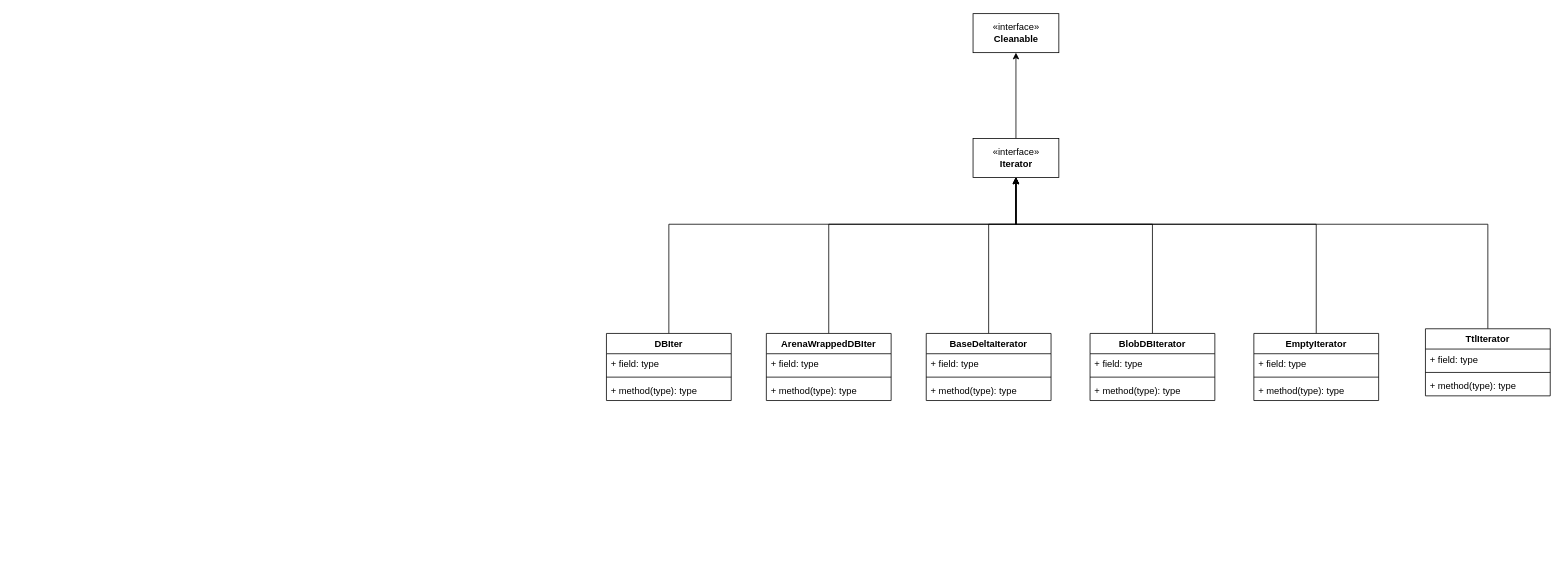
leon-db/RocksDB-In-Detail keeps this draw.io diagram as images/iterator.drawio. Above is the earlier version. Source tidied: cells renumbered, new cells numbered last; positions are measured from the earlier drawing's top-left corner, leaving out a move shared by most shapes. Both pictures are drawn from the tidied source at 78%, with x=0, y=0 at pixel (606, 13).
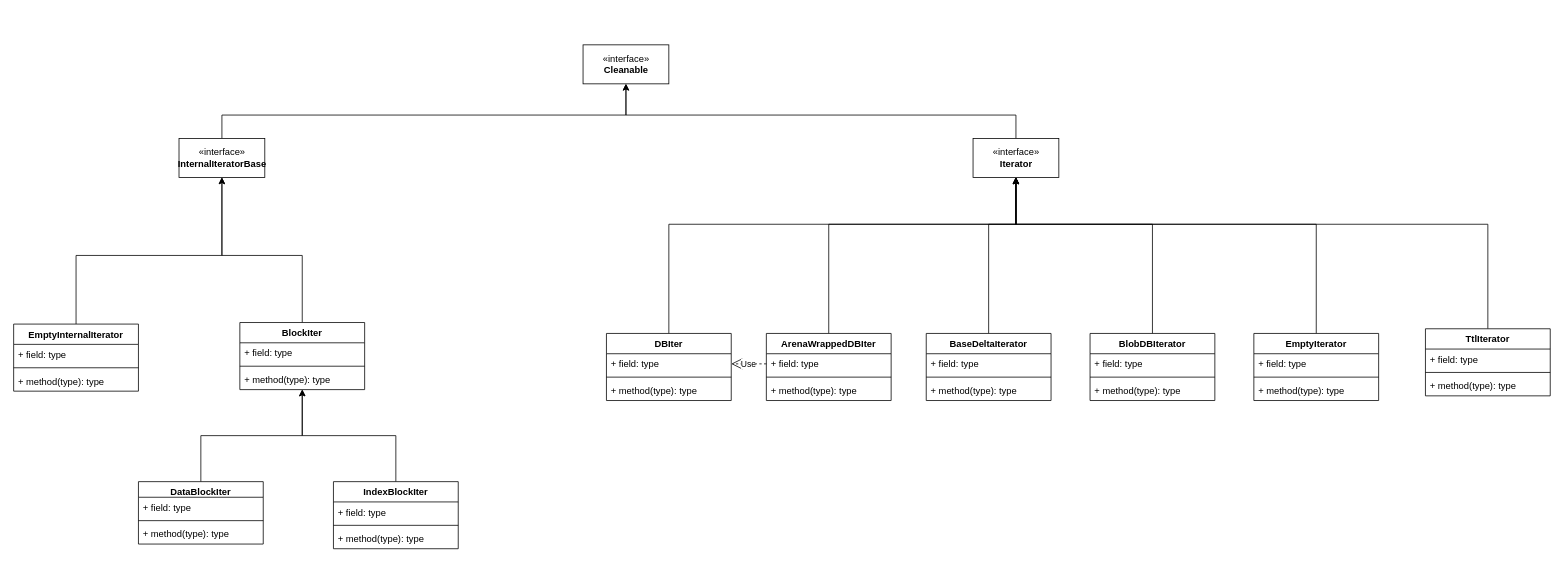
Above is the later version.

The change refers to these unchanged cells:
```xml
<mxCell id="4" value="«interface»&lt;br&gt;&lt;b&gt;Iterator&lt;/b&gt;" style="html=1;" parent="1" vertex="1">
  <mxGeometry x="470" y="160" width="110" height="50" as="geometry" />
</mxCell>
<mxCell id="7" value="+ field: type" style="text;strokeColor=none;fillColor=none;align=left;verticalAlign=top;spacingLeft=4;spacingRight=4;overflow=hidden;points=[[0,0.5],[1,0.5]];portConstraint=eastwest;" parent="6" vertex="1">
  <mxGeometry y="26" width="160" height="26" as="geometry" />
</mxCell>
<mxCell id="12" value="+ field: type" style="text;strokeColor=none;fillColor=none;align=left;verticalAlign=top;spacingLeft=4;spacingRight=4;overflow=hidden;points=[[0,0.5],[1,0.5]];portConstraint=eastwest;" parent="11" vertex="1">
  <mxGeometry y="26" width="160" height="26" as="geometry" />
</mxCell>
```

Diff of the diagram source:
```diff
@@
     <mxCell id="2" value="«interface»&lt;br&gt;&lt;b&gt;Cleanable&lt;/b&gt;" style="html=1;" parent="1" vertex="1">
-      <mxGeometry x="470" width="110" height="50" as="geometry" />
+      <mxGeometry x="-30" y="40" width="110" height="50" as="geometry" />
     </mxCell>
     <mxCell id="3" style="edgeStyle=orthogonalEdgeStyle;rounded=0;jettySize=auto;html=1;entryX=0.5;entryY=1;entryDx=0;entryDy=0;" parent="1" edge="1" source="4" target="2">
-      <mxGeometry relative="1" as="geometry" />
+      <mxGeometry relative="1" as="geometry">
+        <Array as="points">
+          <mxPoint x="525" y="130" />
+          <mxPoint x="25" y="130" />
+        </Array>
+      </mxGeometry>
     </mxCell>
@@
+    <mxCell id="35" value="Use" style="endArrow=open;endSize=12;dashed=1;html=1;exitX=0;exitY=0.5;exitDx=0;exitDy=0;entryX=1;entryY=0.5;entryDx=0;entryDy=0;" parent="1" edge="1" source="12" target="7">
+      <mxGeometry relative="1" as="geometry" />
+    </mxCell>
+    <mxCell id="36" style="edgeStyle=orthogonalEdgeStyle;rounded=0;jettySize=auto;html=1;entryX=0.5;entryY=1;entryDx=0;entryDy=0;" parent="1" edge="1" source="37" target="2">
+      <mxGeometry relative="1" as="geometry">
+        <Array as="points">
+          <mxPoint x="-493" y="130" />
+          <mxPoint x="25" y="130" />
+        </Array>
+      </mxGeometry>
+    </mxCell>
+    <mxCell id="37" value="«interface»&lt;br&gt;&lt;b&gt;InternalIteratorBase&lt;/b&gt;" style="html=1;" parent="1" vertex="1">
+      <mxGeometry x="-548" y="160" width="110" height="50" as="geometry" />
+    </mxCell>
+    <mxCell id="38" style="edgeStyle=orthogonalEdgeStyle;rounded=0;jettySize=auto;html=1;entryX=0.5;entryY=1;entryDx=0;entryDy=0;" parent="1" edge="1" source="39" target="37">
+      <mxGeometry relative="1" as="geometry">
+        <Array as="points">
+          <mxPoint x="-680" y="310" />
+          <mxPoint x="-493" y="310" />
+        </Array>
+      </mxGeometry>
+    </mxCell>
+    <mxCell id="39" value="EmptyInternalIterator" style="swimlane;fontStyle=1;align=center;verticalAlign=top;horizontal=1;startSize=26;" parent="1" vertex="1">
+      <mxGeometry x="-760" y="398" width="160" height="86" as="geometry" />
+    </mxCell>
+    <mxCell id="40" value="+ field: type" style="text;strokeColor=none;fillColor=none;align=left;verticalAlign=top;spacingLeft=4;spacingRight=4;overflow=hidden;" parent="39" vertex="1">
+      <mxGeometry y="26" width="160" height="26" as="geometry" />
+    </mxCell>
+    <mxCell id="41" style="line;strokeWidth=1;fillColor=none;align=left;verticalAlign=middle;spacingTop=-1;spacingLeft=3;spacingRight=3;labelPosition=right;" parent="39" vertex="1">
+      <mxGeometry y="52" width="160" height="8" as="geometry" />
+    </mxCell>
+    <mxCell id="42" value="+ method(type): type" style="text;strokeColor=none;fillColor=none;align=left;verticalAlign=top;spacingLeft=4;spacingRight=4;overflow=hidden;" parent="39" vertex="1">
+      <mxGeometry y="60" width="160" height="26" as="geometry" />
+    </mxCell>
+    <mxCell id="43" style="edgeStyle=orthogonalEdgeStyle;rounded=0;jettySize=auto;html=1;entryX=0.5;entryY=1;entryDx=0;entryDy=0;" parent="1" edge="1" source="44" target="37">
+      <mxGeometry relative="1" as="geometry">
+        <Array as="points">
+          <mxPoint x="-390" y="310" />
+          <mxPoint x="-493" y="310" />
+        </Array>
+      </mxGeometry>
+    </mxCell>
+    <mxCell id="44" value="BlockIter" style="swimlane;fontStyle=1;align=center;verticalAlign=top;horizontal=1;startSize=26;" parent="1" vertex="1">
+      <mxGeometry x="-470" y="396" width="160" height="86" as="geometry" />
+    </mxCell>
+    <mxCell id="45" value="+ field: type" style="text;strokeColor=none;fillColor=none;align=left;verticalAlign=top;spacingLeft=4;spacingRight=4;overflow=hidden;" parent="44" vertex="1">
+      <mxGeometry y="26" width="160" height="26" as="geometry" />
+    </mxCell>
+    <mxCell id="46" style="line;strokeWidth=1;fillColor=none;align=left;verticalAlign=middle;spacingTop=-1;spacingLeft=3;spacingRight=3;labelPosition=right;" parent="44" vertex="1">
+      <mxGeometry y="52" width="160" height="8" as="geometry" />
+    </mxCell>
+    <mxCell id="47" value="+ method(type): type" style="text;strokeColor=none;fillColor=none;align=left;verticalAlign=top;spacingLeft=4;spacingRight=4;overflow=hidden;" parent="44" vertex="1">
+      <mxGeometry y="60" width="160" height="26" as="geometry" />
+    </mxCell>
+    <mxCell id="48" style="edgeStyle=orthogonalEdgeStyle;rounded=0;jettySize=auto;html=1;" parent="1" edge="1" source="49" target="44">
+      <mxGeometry relative="1" as="geometry" />
+    </mxCell>
+    <mxCell id="49" value="DataBlockIter" style="swimlane;fontStyle=1;align=center;verticalAlign=top;horizontal=1;startSize=20;" parent="1" vertex="1">
+      <mxGeometry x="-600" y="600" width="160" height="80" as="geometry" />
+    </mxCell>
+    <mxCell id="50" value="+ field: type" style="text;strokeColor=none;fillColor=none;align=left;verticalAlign=top;spacingLeft=4;spacingRight=4;overflow=hidden;" parent="49" vertex="1">
+      <mxGeometry y="20" width="160" height="26" as="geometry" />
+    </mxCell>
+    <mxCell id="51" style="line;strokeWidth=1;fillColor=none;align=left;verticalAlign=middle;spacingTop=-1;spacingLeft=3;spacingRight=3;labelPosition=right;" parent="49" vertex="1">
+      <mxGeometry y="46" width="160" height="8" as="geometry" />
+    </mxCell>
+    <mxCell id="52" value="+ method(type): type" style="text;strokeColor=none;fillColor=none;align=left;verticalAlign=top;spacingLeft=4;spacingRight=4;overflow=hidden;" parent="49" vertex="1">
+      <mxGeometry y="54" width="160" height="26" as="geometry" />
+    </mxCell>
+    <mxCell id="53" style="edgeStyle=orthogonalEdgeStyle;rounded=0;jettySize=auto;html=1;" parent="1" edge="1" source="54" target="44">
+      <mxGeometry relative="1" as="geometry" />
+    </mxCell>
+    <mxCell id="54" value="IndexBlockIter" style="swimlane;fontStyle=1;align=center;verticalAlign=top;horizontal=1;startSize=26;" parent="1" vertex="1">
+      <mxGeometry x="-350" y="600" width="160" height="86" as="geometry" />
+    </mxCell>
+    <mxCell id="55" value="+ field: type" style="text;strokeColor=none;fillColor=none;align=left;verticalAlign=top;spacingLeft=4;spacingRight=4;overflow=hidden;" parent="54" vertex="1">
+      <mxGeometry y="26" width="160" height="26" as="geometry" />
+    </mxCell>
+    <mxCell id="56" style="line;strokeWidth=1;fillColor=none;align=left;verticalAlign=middle;spacingTop=-1;spacingLeft=3;spacingRight=3;labelPosition=right;" parent="54" vertex="1">
+      <mxGeometry y="52" width="160" height="8" as="geometry" />
+    </mxCell>
+    <mxCell id="57" value="+ method(type): type" style="text;strokeColor=none;fillColor=none;align=left;verticalAlign=top;spacingLeft=4;spacingRight=4;overflow=hidden;" parent="54" vertex="1">
+      <mxGeometry y="60" width="160" height="26" as="geometry" />
+    </mxCell>
```
